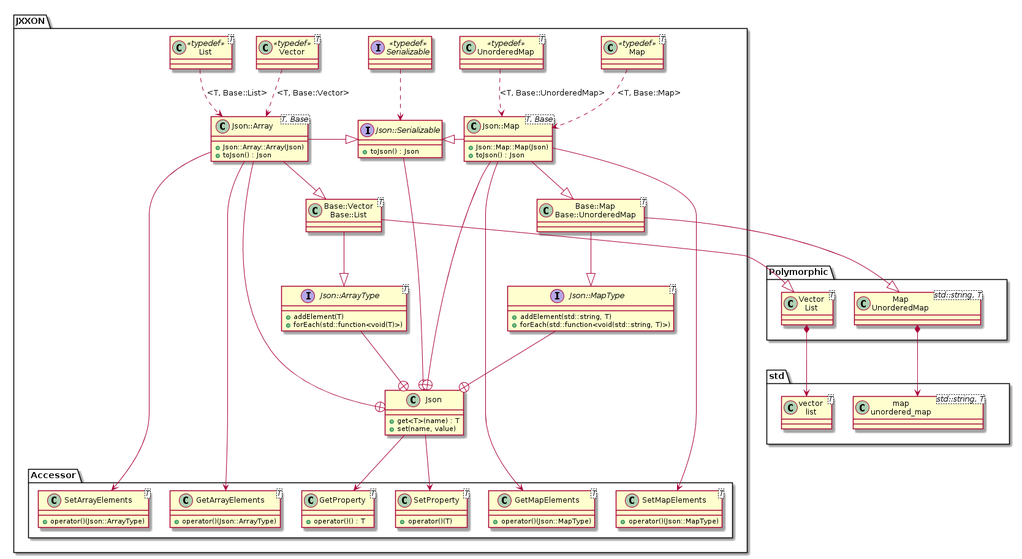
Before: docs/class-diagram.png, a diagram exported from PlantUML (jxx-project/JXXON).
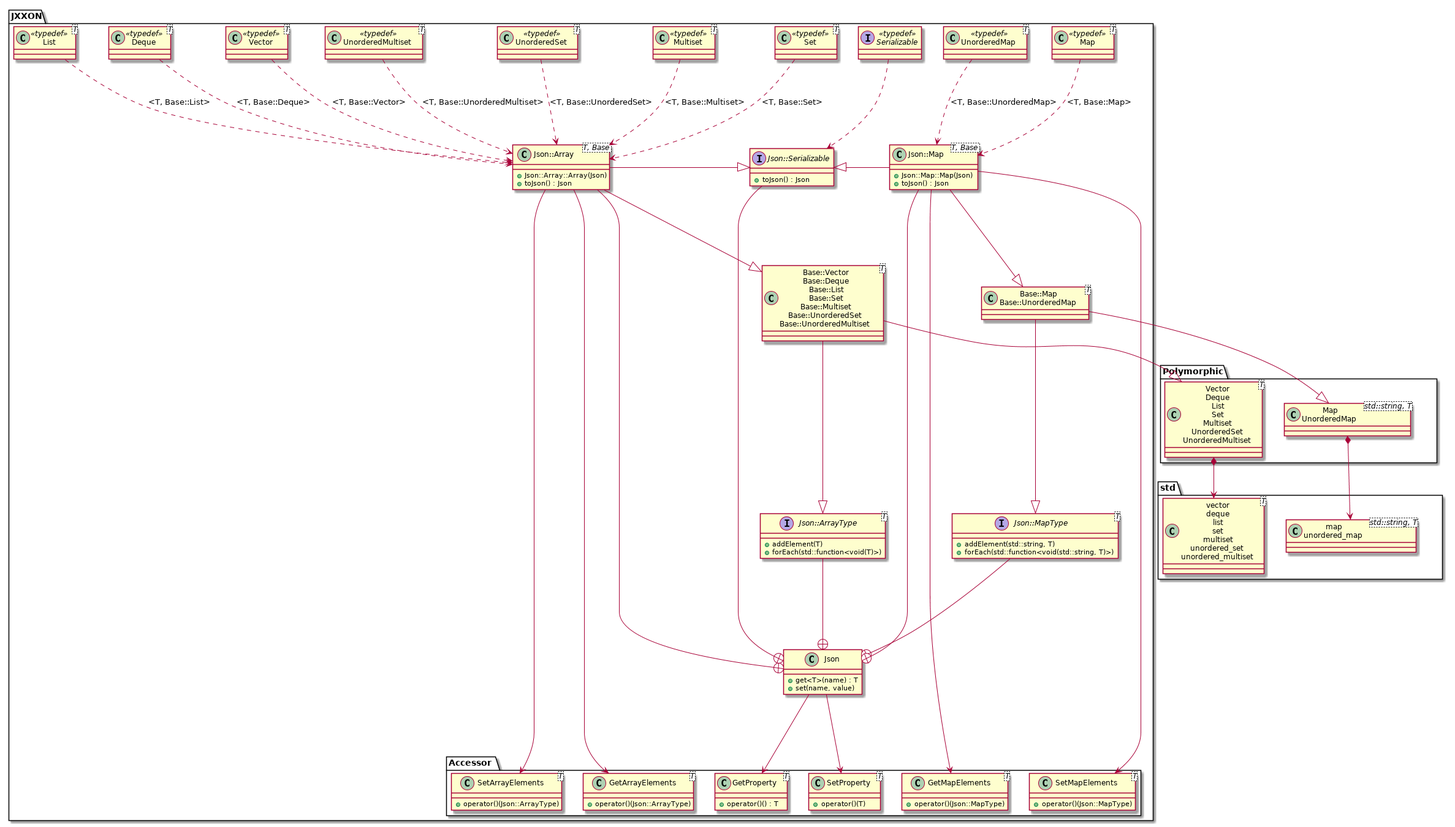
The same file after the commit.

Commit message:
Update class diagram with added container types.

The edit, as a diff of the source:
```diff
@@ -1,12 +1,12 @@
 @startuml
 
 namespace std {
-	class "vector\nlist<T>" as ArrayBase
+	class "vector\ndeque\nlist\nset\nmultiset\nunordered_set\nunordered_multiset<T>" as ArrayBase
 	class "map\nunordered_map<std::string, T>" as MapBase
 }
 
 namespace Polymorphic {
-	class "Vector\nList<T>" as ArrayBase
+	class "Vector\nDeque\nList\nSet\nMultiset\nUnorderedSet\nUnorderedMultiset<T>" as ArrayBase
 	class "Map\nUnorderedMap<std::string, T>" as MapBase
 	ArrayBase *-> std.ArrayBase
 	MapBase *-> std.MapBase
@@ -40,7 +40,7 @@
 	}
 	Json_MapType --+ Json
 
-	class "Base::Vector\nBase::List<T>" as ArrayBase
+	class "Base::Vector\nBase::Deque\nBase::List\nBase::Set\nBase::Multiset\nBase::UnorderedSet\nBase::UnorderedMultiset<T>" as ArrayBase
 	class "Base::Map\nBase::UnorderedMap<T>" as MapBase
 	ArrayBase --|> Polymorphic.ArrayBase
 	ArrayBase --|> JXXON.Json_ArrayType
@@ -58,8 +58,23 @@
 	class Vector<T> << typedef >>
 	Vector ..> Json_Array : <T, Base::Vector>
 
+	class Deque<T> << typedef >>
+	Deque ..> Json_Array : <T, Base::Deque>
+
 	class List<T> << typedef >>
 	List ..> Json_Array : <T, Base::List>
+
+	class Set<T> << typedef >>
+	Set ..> Json_Array : <T, Base::Set>
+
+	class Multiset<T> << typedef >>
+	Multiset ..> Json_Array : <T, Base::Multiset>
+
+	class UnorderedSet<T> << typedef >>
+	UnorderedSet ..> Json_Array : <T, Base::UnorderedSet>
+
+	class UnorderedMultiset<T> << typedef >>
+	UnorderedMultiset ..> Json_Array : <T, Base::UnorderedMultiset>
 
 	class "Json::Map" as Json_Map<T, Base> {
 		+Json::Map::Map(Json)
```
